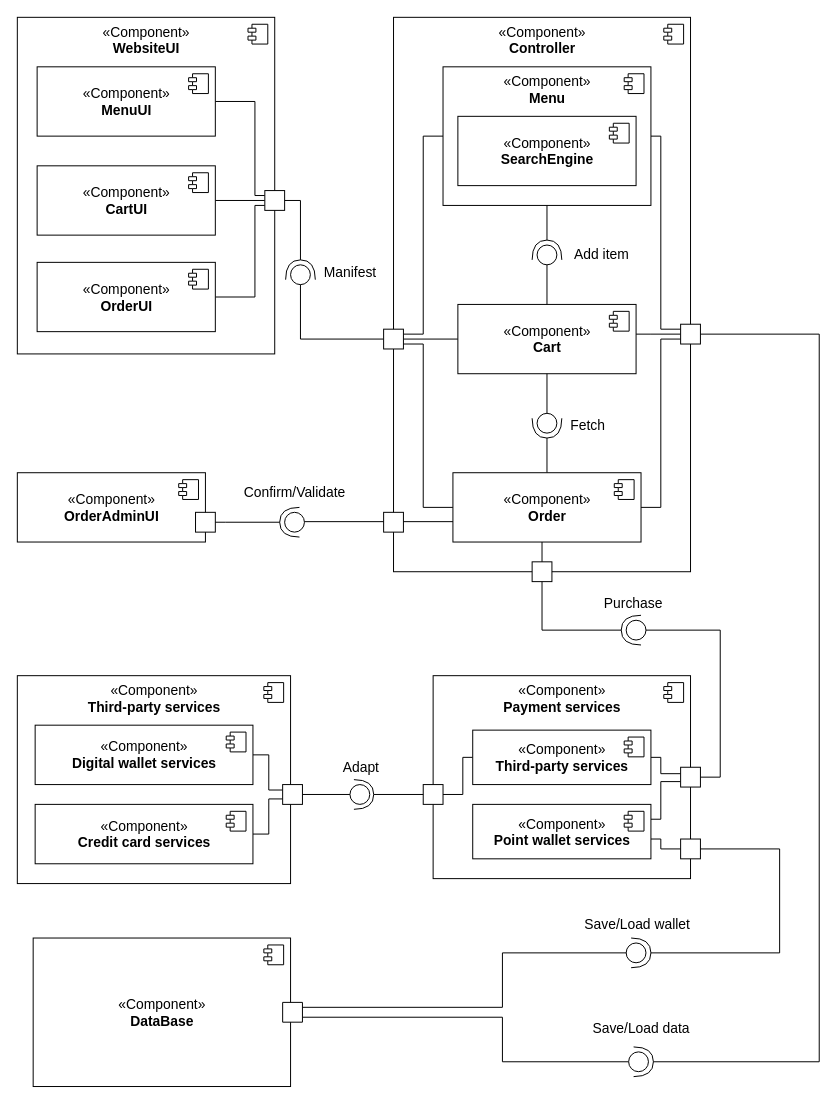
Earlier version of the draw.io diagram docs/requirements/implementation/components.drawio (thanhtoan1742/OWCA_POS). Source tidied: cells renumbered, new cells numbered last; positions are measured from the earlier drawing's top-left corner, leaving out a move shared by most shapes. Both pictures are drawn from the tidied source at 99%, with x=0, y=0 at pixel (17, 17).
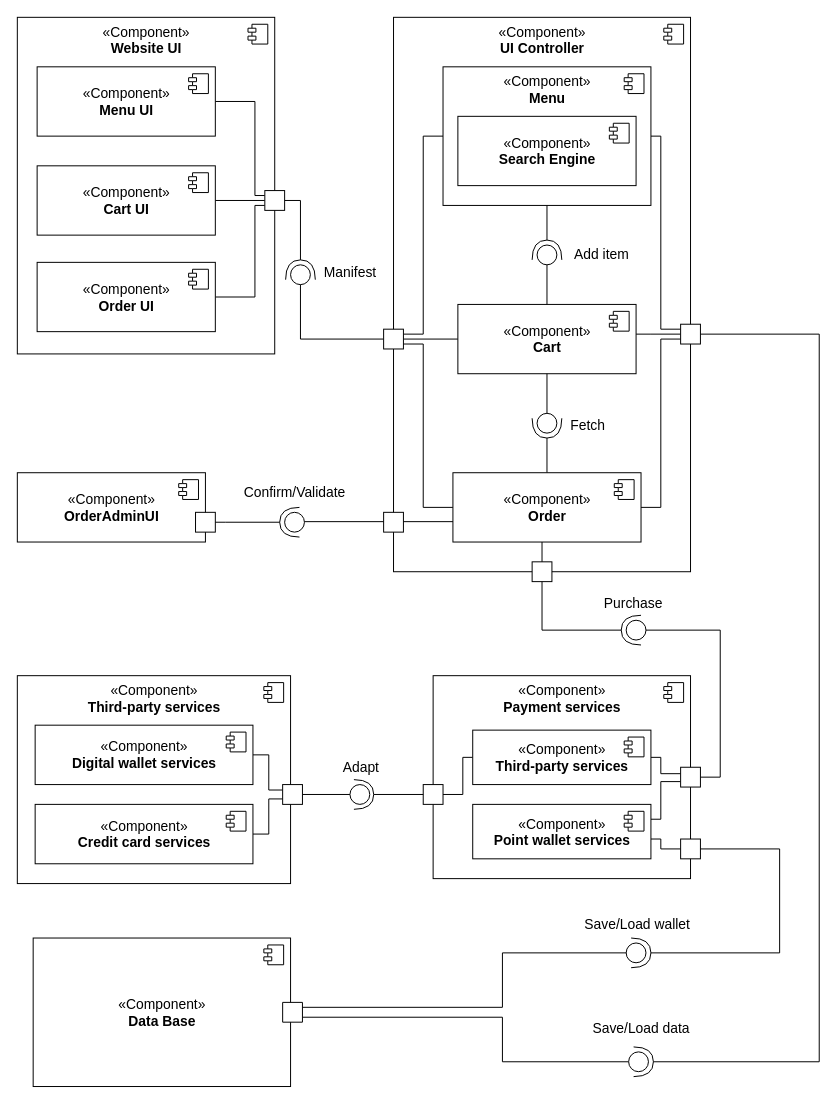
The same diagram, later.

Commit message:
updated component diagram

Change to the diagram source:
```diff
@@
-    <mxCell id="2" value="«Component»&lt;br style=&quot;font-size: 14px&quot;&gt;&lt;b&gt;Controller&lt;/b&gt;" style="html=1;fontSize=14;verticalAlign=top;" parent="1" vertex="1">
+    <mxCell id="2" value="«Component»&lt;br style=&quot;font-size: 14px&quot;&gt;&lt;b&gt;UI Controller&lt;/b&gt;" style="html=1;fontSize=14;verticalAlign=top;" parent="1" vertex="1">
       <mxGeometry x="380" width="300" height="560" as="geometry" />
     </mxCell>
@@
-    <mxCell id="4" value="«Component»&lt;br style=&quot;font-size: 14px&quot;&gt;&lt;b&gt;WebsiteUI&lt;/b&gt;" style="html=1;fontSize=14;verticalAlign=top;" parent="1" vertex="1">
+    <mxCell id="4" value="«Component»&lt;br style=&quot;font-size: 14px&quot;&gt;&lt;b&gt;Website UI&lt;/b&gt;" style="html=1;fontSize=14;verticalAlign=top;" parent="1" vertex="1">
       <mxGeometry width="260" height="340" as="geometry" />
     </mxCell>
@@
-    <mxCell id="51" value="«Component»&lt;br style=&quot;font-size: 14px&quot;&gt;&lt;b&gt;DataBase&lt;/b&gt;" style="html=1;fontSize=14;verticalAlign=middle;" parent="1" vertex="1">
+    <mxCell id="51" value="«Component»&lt;br style=&quot;font-size: 14px&quot;&gt;&lt;b&gt;Data Base&lt;/b&gt;" style="html=1;fontSize=14;verticalAlign=middle;" parent="1" vertex="1">
       <mxGeometry x="16" y="930" width="260" height="150" as="geometry" />
     </mxCell>
@@
-    <mxCell id="54" value="«Component»&lt;br style=&quot;font-size: 14px&quot;&gt;&lt;b&gt;CartUI&lt;/b&gt;" style="html=1;fontSize=14;" parent="1" vertex="1">
+    <mxCell id="54" value="«Component»&lt;br style=&quot;font-size: 14px&quot;&gt;&lt;b&gt;Cart UI&lt;/b&gt;" style="html=1;fontSize=14;" parent="1" vertex="1">
       <mxGeometry x="20" y="150" width="180" height="70" as="geometry" />
     </mxCell>
@@
-    <mxCell id="57" value="«Component»&lt;br style=&quot;font-size: 14px&quot;&gt;&lt;b&gt;OrderUI&lt;/b&gt;" style="html=1;fontSize=14;" parent="1" vertex="1">
+    <mxCell id="57" value="«Component»&lt;br style=&quot;font-size: 14px&quot;&gt;&lt;b&gt;Order UI&lt;/b&gt;" style="html=1;fontSize=14;" parent="1" vertex="1">
       <mxGeometry x="20" y="247.5" width="180" height="70" as="geometry" />
     </mxCell>
@@
-    <mxCell id="64" value="«Component»&lt;br style=&quot;font-size: 14px&quot;&gt;&lt;b&gt;MenuUI&lt;/b&gt;" style="html=1;fontSize=14;" parent="1" vertex="1">
+    <mxCell id="64" value="«Component»&lt;br style=&quot;font-size: 14px&quot;&gt;&lt;b&gt;Menu UI&lt;/b&gt;" style="html=1;fontSize=14;" parent="1" vertex="1">
       <mxGeometry x="20" y="50" width="180" height="70" as="geometry" />
     </mxCell>
@@
-    <mxCell id="70" value="«Component»&lt;br style=&quot;font-size: 14px&quot;&gt;&lt;b&gt;SearchEngine&lt;/b&gt;" style="html=1;fontSize=14;" parent="1" vertex="1">
+    <mxCell id="70" value="«Component»&lt;br style=&quot;font-size: 14px&quot;&gt;&lt;b&gt;Search Engine&lt;/b&gt;" style="html=1;fontSize=14;" parent="1" vertex="1">
       <mxGeometry x="445" y="100" width="180" height="70" as="geometry" />
     </mxCell>
```
